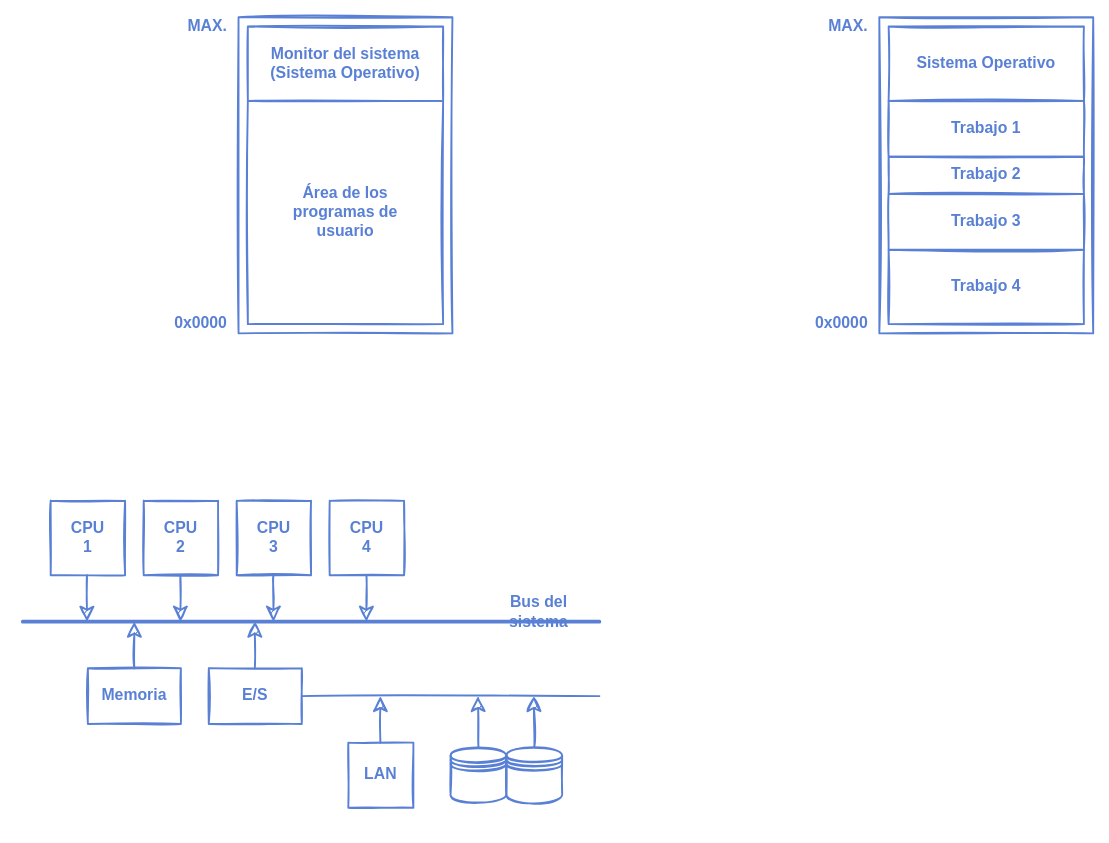
The draw.io diagram content/C02-tipos_de_sistemas/esquemas.drawio in ull-esit-sistemas-operativos/ssoo-apuntes, before the edit. Source tidied: cells renumbered, new cells numbered last; positions are measured from the earlier drawing's top-left corner, leaving out a move shared by most shapes. Both pictures are drawn from the tidied source at 93%, with x=0, y=0 at pixel (22, 17).
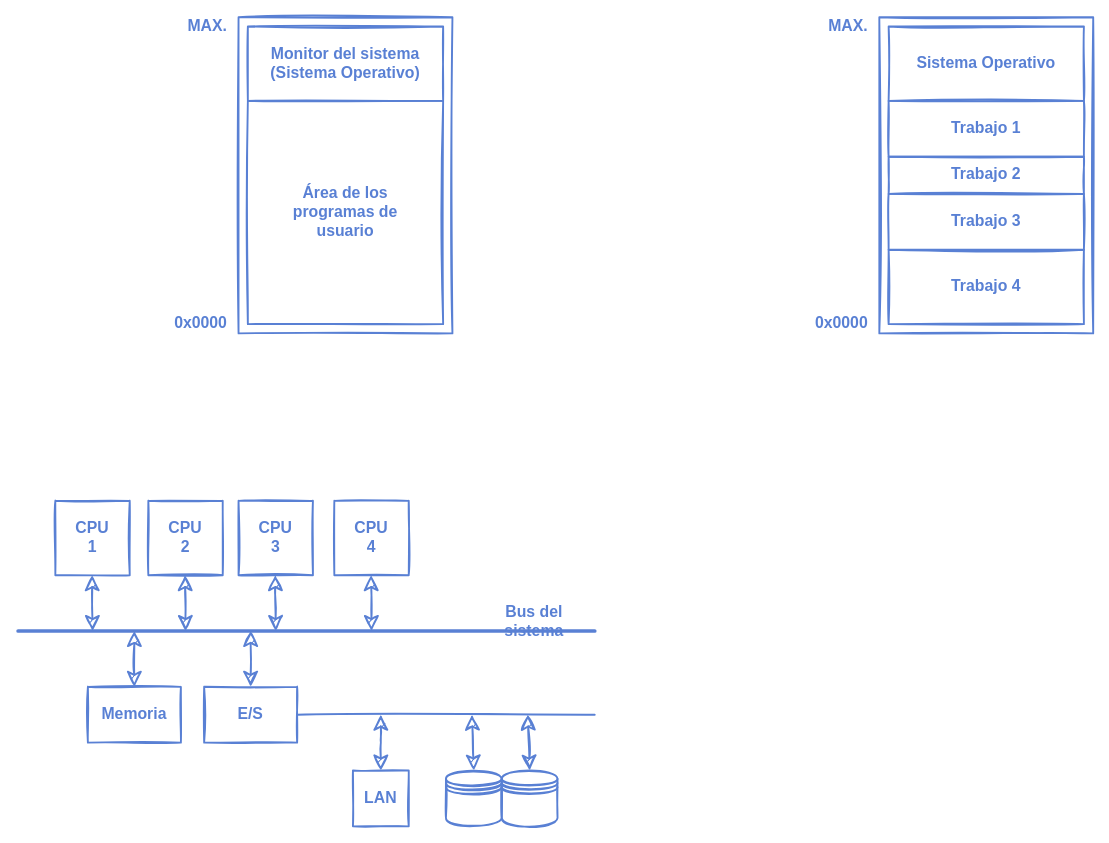
After the change.

Commit message (it also covers changes not shown here):
Felchas dobles en SMP

Diff of the diagram source:
```diff
@@
     <mxCell id="11" value="CPU 1" style="whiteSpace=wrap;html=1;rounded=0;shadow=0;sketch=1;strokeColor=#5980D4;strokeWidth=2;fillColor=none;fontFamily=Ink Free;fontSize=17;fontColor=#5980d4;spacing=20;fontStyle=1;" parent="1" vertex="1">
-      <mxGeometry x="30" y="520" width="80" height="80" as="geometry" />
+      <mxGeometry x="35" y="520" width="80" height="80" as="geometry" />
     </mxCell>
     <mxCell id="12" value="CPU 2" style="whiteSpace=wrap;html=1;rounded=0;shadow=0;sketch=1;strokeColor=#5980D4;strokeWidth=2;fillColor=none;fontFamily=Ink Free;fontSize=17;fontColor=#5980d4;spacing=20;fontStyle=1;" parent="1" vertex="1">
-      <mxGeometry x="130" y="520" width="80" height="80" as="geometry" />
+      <mxGeometry x="135" y="520" width="80" height="80" as="geometry" />
     </mxCell>
     <mxCell id="13" value="CPU 3" style="whiteSpace=wrap;html=1;rounded=0;shadow=0;sketch=1;strokeColor=#5980D4;strokeWidth=2;fillColor=none;fontFamily=Ink Free;fontSize=17;fontColor=#5980d4;spacing=20;fontStyle=1;" parent="1" vertex="1">
-      <mxGeometry x="230" y="520" width="80" height="80" as="geometry" />
+      <mxGeometry x="232" y="520" width="80" height="80" as="geometry" />
     </mxCell>
     <mxCell id="14" value="CPU 4" style="whiteSpace=wrap;html=1;rounded=0;shadow=0;sketch=1;strokeColor=#5980D4;strokeWidth=2;fillColor=none;fontFamily=Ink Free;fontSize=17;fontColor=#5980d4;spacing=20;fontStyle=1;" parent="1" vertex="1">
-      <mxGeometry x="330" y="520" width="80" height="80" as="geometry" />
+      <mxGeometry x="335" y="520" width="80" height="80" as="geometry" />
     </mxCell>
     <mxCell id="15" value="Memoria" style="rounded=0;whiteSpace=wrap;html=1;shadow=0;sketch=1;strokeColor=#5980D4;strokeWidth=2;fillColor=none;fontFamily=Ink Free;fontSize=17;fontColor=#5980d4;spacing=20;fontStyle=1;" parent="1" vertex="1">
-      <mxGeometry x="70" y="700" width="100" height="60" as="geometry" />
+      <mxGeometry x="70" y="720" width="100" height="60" as="geometry" />
     </mxCell>
     <mxCell id="16" value="E/S" style="rounded=0;whiteSpace=wrap;html=1;shadow=0;sketch=1;strokeColor=#5980D4;strokeWidth=2;fillColor=none;fontFamily=Ink Free;fontSize=17;fontColor=#5980d4;spacing=20;fontStyle=1;" parent="1" vertex="1">
-      <mxGeometry x="200" y="700" width="100" height="60" as="geometry" />
+      <mxGeometry x="195" y="720" width="100" height="60" as="geometry" />
     </mxCell>
     <mxCell id="17" style="endArrow=none;html=1;fontFamily=Ink Free;fontSize=17;fontColor=#5980d4;strokeWidth=4;rounded=0;shadow=0;strokeColor=#5980D4;spacing=20;sketch=1;" parent="1" edge="1">
       <mxGeometry relative="1" as="geometry">
-        <mxPoint y="650" as="sourcePoint" />
-        <mxPoint x="620" y="650" as="targetPoint" />
+        <mxPoint x="-5" y="660" as="sourcePoint" />
+        <mxPoint x="615" y="660" as="targetPoint" />
       </mxGeometry>
     </mxCell>
     <mxCell id="18" value="Bus del sistema" style="text;html=1;strokeColor=none;fillColor=none;align=center;verticalAlign=middle;whiteSpace=wrap;rounded=0;shadow=0;sketch=1;fontFamily=Ink Free;fontSize=17;fontColor=#5980d4;fontStyle=1;" parent="1" vertex="1">
-      <mxGeometry x="490" y="630" width="130" height="20" as="geometry" />
+      <mxGeometry x="485" y="640" width="130" height="20" as="geometry" />
     </mxCell>
     <mxCell id="19" value="LAN" style="whiteSpace=wrap;html=1;rounded=0;shadow=0;sketch=1;strokeColor=#5980D4;strokeWidth=2;fillColor=none;fontFamily=Ink Free;fontSize=17;fontColor=#5980d4;spacing=20;fontStyle=1;" parent="1" vertex="1">
-      <mxGeometry x="350" y="780" width="70" height="70" as="geometry" />
+      <mxGeometry x="355" y="810" width="60" height="60" as="geometry" />
     </mxCell>
     <mxCell id="20" style="endArrow=none;html=1;strokeWidth=2;fontFamily=Ink Free;fontSize=17;fontColor=#5980d4;spacing=20;rounded=0;shadow=0;strokeColor=#5980D4;sketch=1;exitX=1;exitY=0.5;exitDx=0;exitDy=0;" parent="1" edge="1" source="16">
       <mxGeometry relative="1" as="geometry">
-        <mxPoint x="620" y="730" as="targetPoint" />
+        <mxPoint x="615" y="750" as="targetPoint" />
       </mxGeometry>
     </mxCell>
     <mxCell id="21" style="shape=datastore;whiteSpace=wrap;html=1;rounded=0;shadow=0;sketch=1;strokeColor=#5980D4;strokeWidth=2;fontFamily=Ink Free;fontSize=17;fontColor=#5980d4;fillStyle=auto;fillColor=none;" parent="1" vertex="1">
-      <mxGeometry x="520" y="785" width="60" height="60" as="geometry" />
+      <mxGeometry x="515" y="810" width="60" height="60" as="geometry" />
     </mxCell>
     <mxCell id="22" style="shape=datastore;whiteSpace=wrap;html=1;rounded=0;shadow=0;sketch=1;strokeColor=#5980D4;strokeWidth=2;fillColor=none;fontFamily=Ink Free;fontSize=17;fontColor=#5980d4;" parent="1" vertex="1">
-      <mxGeometry x="460" y="785" width="60" height="60" as="geometry" />
+      <mxGeometry x="455" y="810" width="60" height="60" as="geometry" />
     </mxCell>
-    <mxCell id="23" style="endArrow=classic;html=1;strokeWidth=2;fontFamily=Ink Free;fontSize=17;fontColor=#5980d4;strokeColor=#5980D4;sketch=1;endSize=12;rounded=0;endFill=1;startSize=12;" parent="1" edge="1">
+    <mxCell id="23" style="endArrow=classic;html=1;strokeWidth=2;fontFamily=Ink Free;fontSize=17;fontColor=#5980d4;strokeColor=#5980D4;sketch=1;endSize=12;rounded=0;endFill=1;startSize=12;startArrow=classic;startFill=1;exitX=0.5;exitY=0;exitDx=0;exitDy=0;" parent="1" edge="1" source="15">
       <mxGeometry relative="1" as="geometry">
-        <mxPoint x="120" y="700" as="sourcePoint" />
-        <mxPoint x="120" y="650" as="targetPoint" />
+        <mxPoint x="120" y="660" as="targetPoint" />
       </mxGeometry>
     </mxCell>
-    <mxCell id="24" style="endArrow=classic;html=1;strokeWidth=2;fontFamily=Ink Free;fontSize=17;fontColor=#5980d4;strokeColor=#5980D4;sketch=1;endSize=12;rounded=0;endFill=1;startSize=12;" parent="1" edge="1">
+    <mxCell id="24" style="endArrow=classic;html=1;strokeWidth=2;fontFamily=Ink Free;fontSize=17;fontColor=#5980d4;strokeColor=#5980D4;sketch=1;endSize=12;rounded=0;endFill=1;startSize=12;startArrow=classic;startFill=1;exitX=0.5;exitY=0;exitDx=0;exitDy=0;" parent="1" edge="1" source="16">
       <mxGeometry relative="1" as="geometry">
-        <mxPoint x="249.5" y="700" as="sourcePoint" />
-        <mxPoint x="249.5" y="650" as="targetPoint" />
+        <mxPoint x="245" y="660" as="targetPoint" />
       </mxGeometry>
     </mxCell>
-    <mxCell id="25" style="endArrow=classic;html=1;strokeWidth=2;fontFamily=Ink Free;fontSize=17;fontColor=#5980d4;strokeColor=#5980D4;sketch=1;endSize=12;rounded=0;endFill=1;startSize=12;" parent="1" edge="1">
+    <mxCell id="25" style="endArrow=classic;html=1;strokeWidth=2;fontFamily=Ink Free;fontSize=17;fontColor=#5980d4;strokeColor=#5980D4;sketch=1;endSize=12;rounded=0;endFill=1;startSize=12;startArrow=classic;startFill=1;" parent="1" edge="1">
       <mxGeometry relative="1" as="geometry">
-        <mxPoint x="384.5" y="780" as="sourcePoint" />
-        <mxPoint x="384.5" y="730" as="targetPoint" />
+        <mxPoint x="385" y="810" as="sourcePoint" />
+        <mxPoint x="385" y="750" as="targetPoint" />
+        <Array as="points">
+          <mxPoint x="385" y="780" />
+        </Array>
       </mxGeometry>
     </mxCell>
-    <mxCell id="26" style="endArrow=classic;html=1;strokeWidth=2;fontFamily=Ink Free;fontSize=17;fontColor=#5980d4;strokeColor=#5980D4;sketch=1;endSize=12;rounded=0;endFill=1;startSize=12;exitX=0.5;exitY=0;exitDx=0;exitDy=0;" parent="1" edge="1" source="22">
+    <mxCell id="26" style="endArrow=classic;html=1;strokeWidth=2;fontFamily=Ink Free;fontSize=17;fontColor=#5980d4;strokeColor=#5980D4;sketch=1;endSize=12;rounded=0;endFill=1;startSize=12;exitX=0.5;exitY=0;exitDx=0;exitDy=0;startArrow=classic;startFill=1;" parent="1" edge="1" source="22">
       <mxGeometry relative="1" as="geometry">
-        <mxPoint x="489.5" y="730" as="targetPoint" />
+        <mxPoint x="483" y="750" as="targetPoint" />
       </mxGeometry>
     </mxCell>
-    <mxCell id="27" style="endArrow=classic;html=1;strokeWidth=2;fontFamily=Ink Free;fontSize=17;fontColor=#5980d4;strokeColor=#5980D4;sketch=1;endSize=12;rounded=0;endFill=1;startSize=12;exitX=0.5;exitY=0;exitDx=0;exitDy=0;" parent="1" edge="1">
+    <mxCell id="27" style="endArrow=classic;html=1;strokeWidth=2;fontFamily=Ink Free;fontSize=17;fontColor=#5980d4;strokeColor=#5980D4;sketch=1;endSize=12;rounded=0;endFill=1;startSize=12;exitX=0.5;exitY=0;exitDx=0;exitDy=0;startArrow=classic;startFill=1;" parent="1" edge="1" source="21">
       <mxGeometry relative="1" as="geometry">
-        <mxPoint x="550" y="785" as="sourcePoint" />
-        <mxPoint x="549.5" y="730" as="targetPoint" />
+        <mxPoint x="543" y="750" as="targetPoint" />
       </mxGeometry>
     </mxCell>
-    <mxCell id="28" style="endArrow=classic;html=1;strokeWidth=2;fontFamily=Ink Free;fontSize=17;fontColor=#5980d4;strokeColor=#5980D4;sketch=1;endSize=12;rounded=0;endFill=1;startSize=12;" parent="1" edge="1">
+    <mxCell id="28" style="endArrow=classic;html=1;strokeWidth=2;fontFamily=Ink Free;fontSize=17;fontColor=#5980d4;strokeColor=#5980D4;sketch=1;endSize=12;rounded=0;endFill=1;startSize=12;startArrow=classic;startFill=1;" parent="1" edge="1">
       <mxGeometry relative="1" as="geometry">
-        <mxPoint x="69" y="600" as="sourcePoint" />
-        <mxPoint x="69" y="650" as="targetPoint" />
+        <mxPoint x="74.5" y="600" as="sourcePoint" />
+        <mxPoint x="75" y="660" as="targetPoint" />
       </mxGeometry>
     </mxCell>
-    <mxCell id="29" style="endArrow=classic;html=1;strokeWidth=2;fontFamily=Ink Free;fontSize=17;fontColor=#5980d4;strokeColor=#5980D4;sketch=1;endSize=12;rounded=0;endFill=1;startSize=12;" parent="1" edge="1">
+    <mxCell id="29" style="endArrow=classic;html=1;strokeWidth=2;fontFamily=Ink Free;fontSize=17;fontColor=#5980d4;strokeColor=#5980D4;sketch=1;endSize=12;rounded=0;endFill=1;startSize=12;startArrow=classic;startFill=1;" parent="1" edge="1">
       <mxGeometry relative="1" as="geometry">
-        <mxPoint x="169.5" y="600" as="sourcePoint" />
-        <mxPoint x="169.5" y="650" as="targetPoint" />
+        <mxPoint x="174.5" y="600" as="sourcePoint" />
+        <mxPoint x="175" y="660" as="targetPoint" />
       </mxGeometry>
     </mxCell>
-    <mxCell id="30" style="endArrow=classic;html=1;strokeWidth=2;fontFamily=Ink Free;fontSize=17;fontColor=#5980d4;strokeColor=#5980D4;sketch=1;endSize=12;rounded=0;endFill=1;startSize=12;" parent="1" edge="1">
+    <mxCell id="30" style="endArrow=classic;html=1;strokeWidth=2;fontFamily=Ink Free;fontSize=17;fontColor=#5980d4;strokeColor=#5980D4;sketch=1;endSize=12;rounded=0;endFill=1;startSize=12;startArrow=classic;startFill=1;" parent="1" edge="1">
       <mxGeometry relative="1" as="geometry">
-        <mxPoint x="269.5" y="600" as="sourcePoint" />
-        <mxPoint x="269.5" y="650" as="targetPoint" />
+        <mxPoint x="271.5" y="600" as="sourcePoint" />
+        <mxPoint x="272" y="660" as="targetPoint" />
       </mxGeometry>
     </mxCell>
-    <mxCell id="31" style="endArrow=classic;html=1;strokeWidth=2;fontFamily=Ink Free;fontSize=17;fontColor=#5980d4;strokeColor=#5980D4;sketch=1;endSize=12;rounded=0;endFill=1;startSize=12;" parent="1" edge="1">
+    <mxCell id="31" style="endArrow=classic;html=1;strokeWidth=2;fontFamily=Ink Free;fontSize=17;fontColor=#5980d4;strokeColor=#5980D4;sketch=1;endSize=12;rounded=0;endFill=1;startSize=12;startArrow=classic;startFill=1;" parent="1" edge="1">
       <mxGeometry relative="1" as="geometry">
-        <mxPoint x="369.5" y="600" as="sourcePoint" />
-        <mxPoint x="369.5" y="650" as="targetPoint" />
+        <mxPoint x="374.5" y="600" as="sourcePoint" />
+        <mxPoint x="375" y="660" as="targetPoint" />
       </mxGeometry>
     </mxCell>
```
